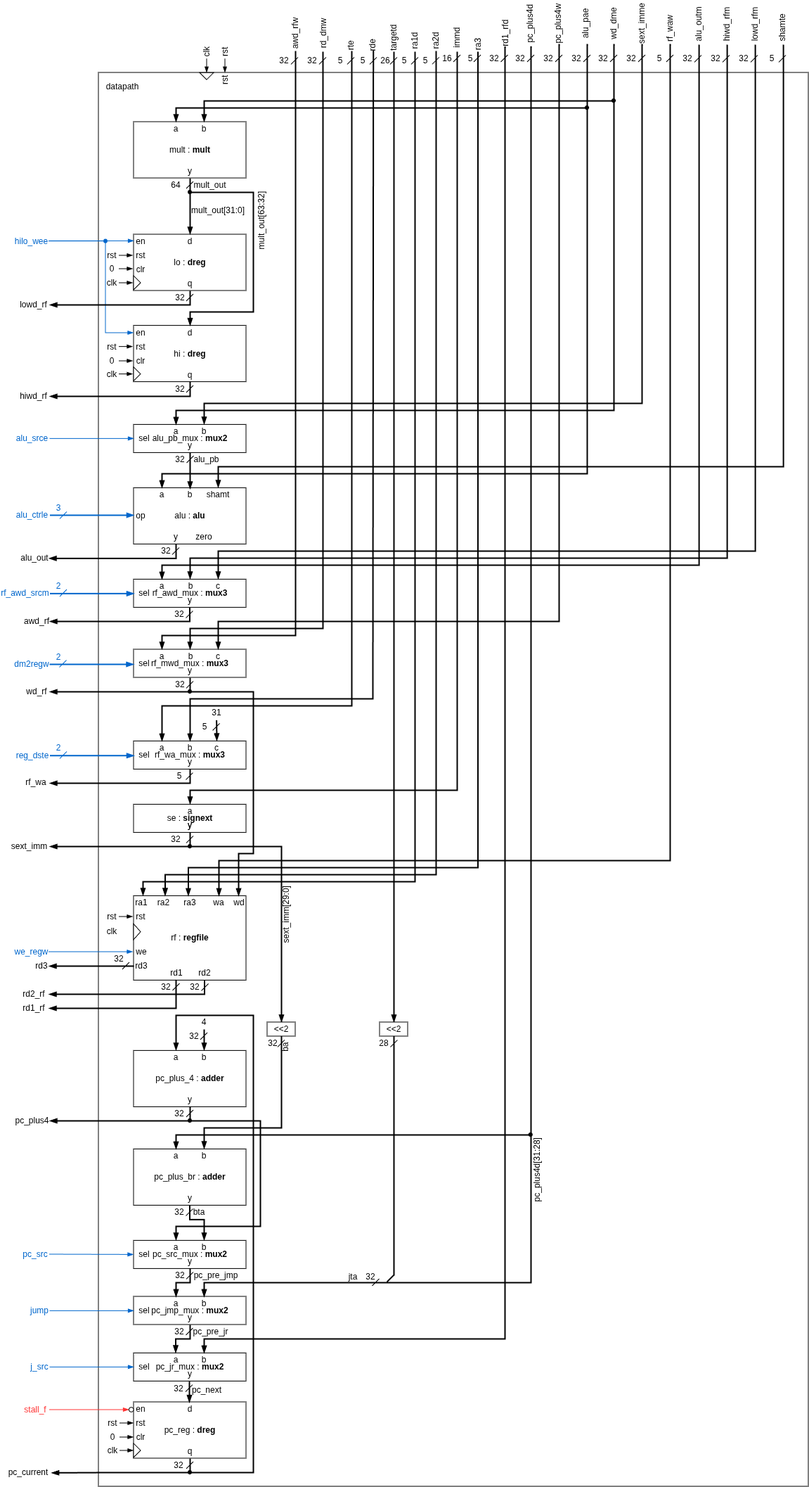
Earlier version of the draw.io export doc/diagrams/01-datapath.png (ahmadgaz/mips-processor). Source tidied: cells renumbered, new cells last; positions are measured from the earlier drawing's top-left corner, leaving out a move shared by most shapes.
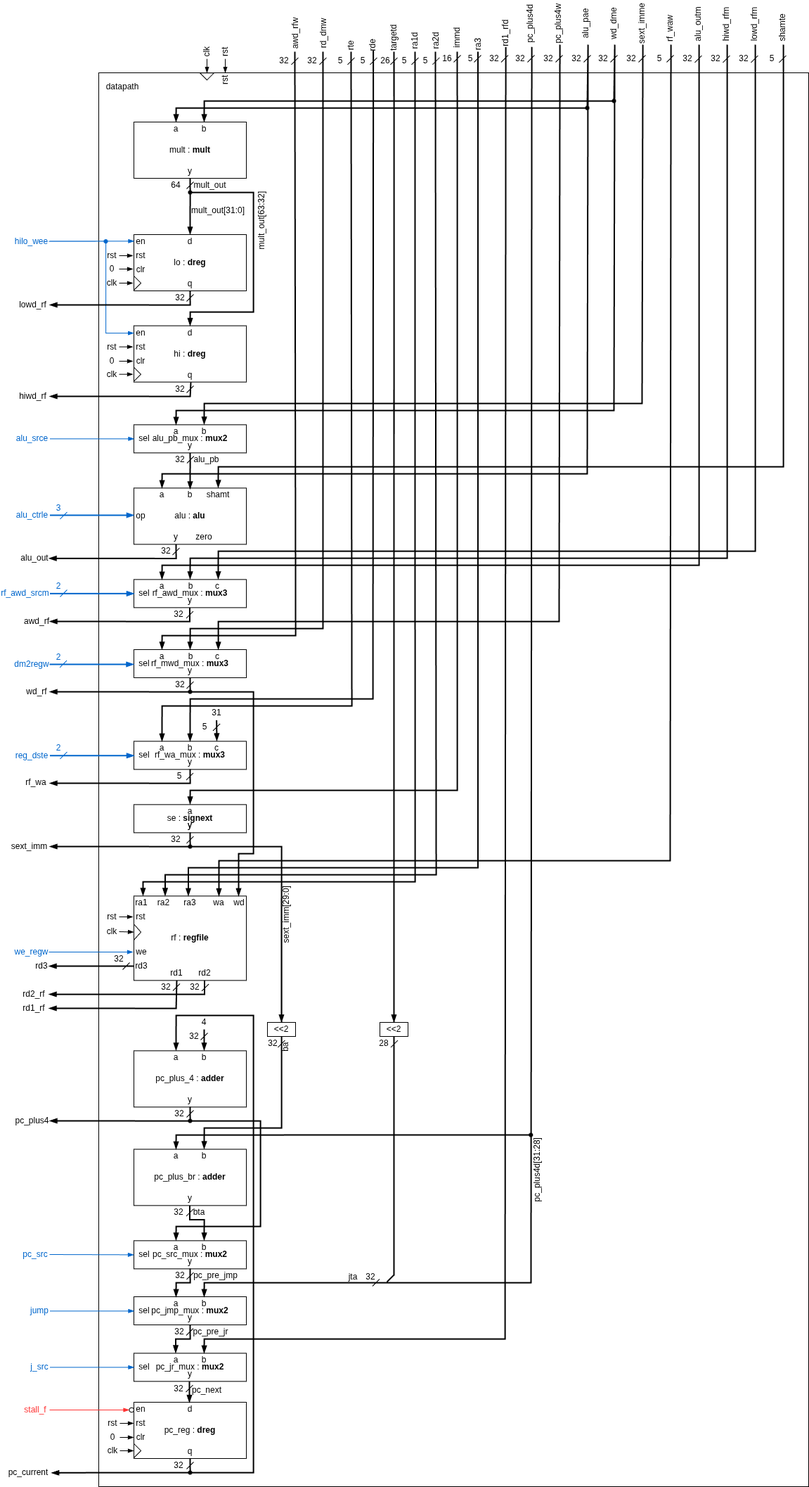
The same file after the commit.

Change to the diagram source:
```diff
@@ -1565,5 +1565,8 @@
     <mxCell id="353" value="&lt;span style=&quot;text-wrap-mode: nowrap; background-color: rgb(255, 255, 255);&quot;&gt;&amp;lt;&amp;lt;2&lt;/span&gt;" style="text;html=1;whiteSpace=wrap;strokeColor=default;fillColor=default;align=center;verticalAlign=middle;rounded=0;" parent="2" vertex="1">
       <mxGeometry x="380" y="1453" width="40" height="20" as="geometry" />
     </mxCell>
+    <mxCell id="354" style="endArrow=blockThin;html=1;rounded=0;fillColor=#1ba1e2;strokeColor=#000000;endFill=1;exitX=1;exitY=0.5;exitDx=0;exitDy=0;entryX=0;entryY=0.5;entryDx=0;entryDy=0;" parent="2" edge="1" source="183" target="77">
+      <mxGeometry relative="1" as="geometry" />
+    </mxCell>
   </root>
 </mxGraphModel>
```
